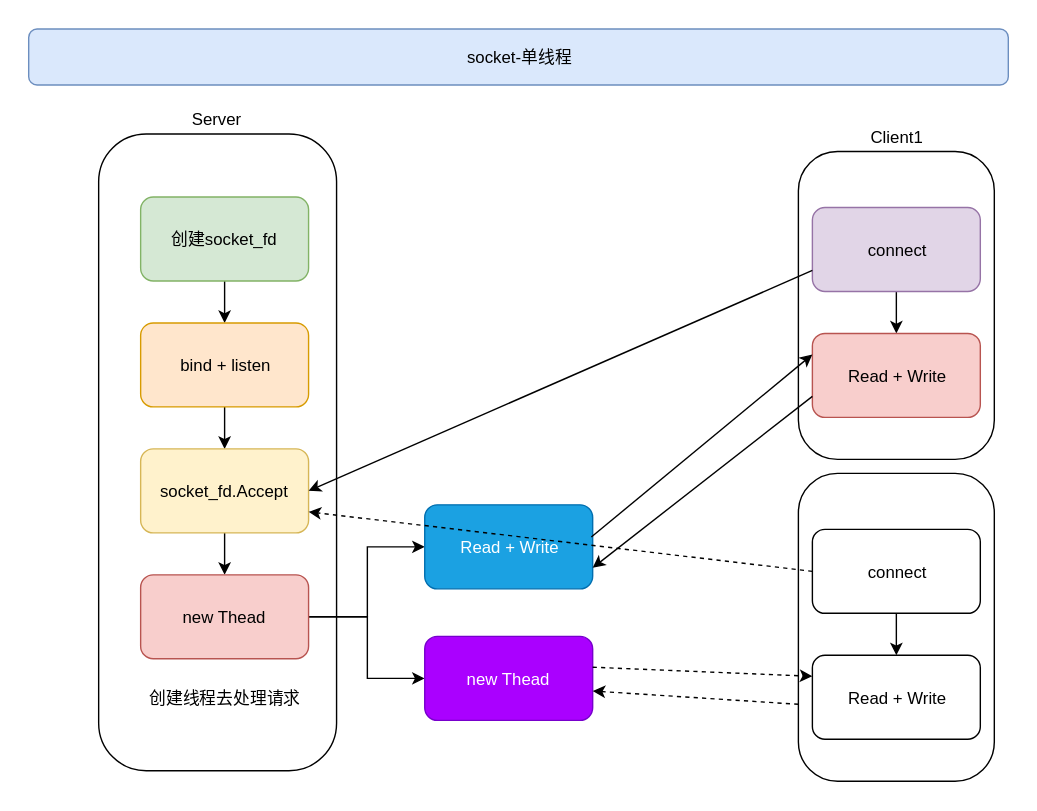
This is 12-面试/12-通用理论/images/socket-多线程.svg from cd-home/Root, a draw.io export, as it was before one commit. Source tidied: cells renumbered, new cells last; positions are measured from the earlier drawing's top-left corner, leaving out a move shared by most shapes. Its diagram source:
```xml
<mxGraphModel>
  <root>
    <mxCell id="0" />
    <mxCell id="1" parent="0" />
    <mxCell id="2" value="socket-单线程" style="rounded=1;whiteSpace=wrap;html=1;fillColor=#dae8fc;strokeColor=#6c8ebf;" parent="1" vertex="1">
      <mxGeometry width="700" height="40" as="geometry" />
    </mxCell>
    <mxCell id="3" style="rounded=1;whiteSpace=wrap;html=1;arcSize=20;" parent="1" vertex="1">
      <mxGeometry x="50" y="75" width="170" height="455" as="geometry" />
    </mxCell>
    <mxCell id="4" style="edgeStyle=orthogonalEdgeStyle;rounded=0;jettySize=auto;html=1;" parent="1" edge="1" source="5" target="7">
      <mxGeometry relative="1" as="geometry" />
    </mxCell>
    <mxCell id="5" value="创建socket_fd" style="rounded=1;whiteSpace=wrap;html=1;fillColor=#d5e8d4;strokeColor=#82b366;" parent="1" vertex="1">
      <mxGeometry x="80" y="120" width="120" height="60" as="geometry" />
    </mxCell>
    <mxCell id="6" style="edgeStyle=orthogonalEdgeStyle;rounded=0;jettySize=auto;html=1;" parent="1" edge="1" source="7" target="9">
      <mxGeometry relative="1" as="geometry" />
    </mxCell>
    <mxCell id="7" value="bind + listen" style="rounded=1;whiteSpace=wrap;html=1;fillColor=#ffe6cc;strokeColor=#d79b00;" parent="1" vertex="1">
      <mxGeometry x="80" y="210" width="120" height="60" as="geometry" />
    </mxCell>
    <mxCell id="8" style="edgeStyle=orthogonalEdgeStyle;rounded=0;jettySize=auto;html=1;" parent="1" edge="1" source="9" target="12">
      <mxGeometry relative="1" as="geometry" />
    </mxCell>
    <mxCell id="9" value="socket_fd.Accept" style="rounded=1;whiteSpace=wrap;html=1;fillColor=#fff2cc;strokeColor=#d6b656;" parent="1" vertex="1">
      <mxGeometry x="80" y="300" width="120" height="60" as="geometry" />
    </mxCell>
    <mxCell id="10" style="edgeStyle=orthogonalEdgeStyle;rounded=0;jettySize=auto;html=1;" parent="1" edge="1" source="12" target="14">
      <mxGeometry relative="1" as="geometry" />
    </mxCell>
    <mxCell id="11" style="edgeStyle=orthogonalEdgeStyle;rounded=0;jettySize=auto;html=1;" parent="1" edge="1" source="12" target="13">
      <mxGeometry relative="1" as="geometry" />
    </mxCell>
    <mxCell id="12" value="new Thead" style="rounded=1;whiteSpace=wrap;html=1;fillColor=#f8cecc;strokeColor=#b85450;" parent="1" vertex="1">
      <mxGeometry x="80" y="390" width="120" height="60" as="geometry" />
    </mxCell>
    <mxCell id="13" value="new Thead" style="rounded=1;whiteSpace=wrap;html=1;fillColor=#aa00ff;strokeColor=#7700CC;fontColor=#ffffff;" parent="1" vertex="1">
      <mxGeometry x="283" y="434" width="120" height="60" as="geometry" />
    </mxCell>
    <mxCell id="14" value="Read + Write" style="rounded=1;whiteSpace=wrap;html=1;fillColor=#1ba1e2;strokeColor=#006EAF;fontColor=#ffffff;" parent="1" vertex="1">
      <mxGeometry x="283" y="340" width="120" height="60" as="geometry" />
    </mxCell>
    <mxCell id="15" style="rounded=1;whiteSpace=wrap;html=1;arcSize=20;" parent="1" vertex="1">
      <mxGeometry x="550" y="87.5" width="140" height="220" as="geometry" />
    </mxCell>
    <mxCell id="16" style="edgeStyle=orthogonalEdgeStyle;rounded=0;jettySize=auto;html=1;" parent="1" edge="1" source="17" target="18">
      <mxGeometry relative="1" as="geometry" />
    </mxCell>
    <mxCell id="17" value="connect" style="rounded=1;whiteSpace=wrap;html=1;fillColor=#e1d5e7;strokeColor=#9673a6;" parent="1" vertex="1">
      <mxGeometry x="560" y="127.5" width="120" height="60" as="geometry" />
    </mxCell>
    <mxCell id="18" value="Read + Write" style="rounded=1;whiteSpace=wrap;html=1;fillColor=#f8cecc;strokeColor=#b85450;" parent="1" vertex="1">
      <mxGeometry x="560" y="217.5" width="120" height="60" as="geometry" />
    </mxCell>
    <mxCell id="19" style="rounded=1;whiteSpace=wrap;html=1;arcSize=20;" parent="1" vertex="1">
      <mxGeometry x="550" y="317.5" width="140" height="220" as="geometry" />
    </mxCell>
    <mxCell id="20" style="edgeStyle=orthogonalEdgeStyle;rounded=0;jettySize=auto;html=1;" parent="1" edge="1" source="21" target="22">
      <mxGeometry relative="1" as="geometry" />
    </mxCell>
    <mxCell id="21" value="connect" style="rounded=1;whiteSpace=wrap;html=1;" parent="1" vertex="1">
      <mxGeometry x="560" y="357.5" width="120" height="60" as="geometry" />
    </mxCell>
    <mxCell id="22" value="Read + Write" style="rounded=1;whiteSpace=wrap;html=1;" parent="1" vertex="1">
      <mxGeometry x="560" y="447.5" width="120" height="60" as="geometry" />
    </mxCell>
    <mxCell id="23" value="Server" style="text;html=1;align=left;verticalAlign=top;spacingTop=-4;" parent="1" vertex="1">
      <mxGeometry x="115" y="55" width="50" height="20" as="geometry" />
    </mxCell>
    <mxCell id="24" value="Client1" style="text;html=1;align=left;verticalAlign=top;spacingTop=-4;" parent="1" vertex="1">
      <mxGeometry x="600" y="67.5" width="50" height="20" as="geometry" />
    </mxCell>
    <mxCell id="25" style="endArrow=classic;html=1;exitX=0;exitY=0.75;exitDx=0;exitDy=0;entryX=1;entryY=0.5;entryDx=0;entryDy=0;" parent="1" edge="1" source="17" target="9">
      <mxGeometry relative="1" as="geometry" />
    </mxCell>
    <mxCell id="26" style="endArrow=classic;html=1;exitX=0.992;exitY=0.383;exitDx=0;exitDy=0;exitPerimeter=0;entryX=0;entryY=0.25;entryDx=0;entryDy=0;" parent="1" edge="1" source="14" target="18">
      <mxGeometry relative="1" as="geometry" />
    </mxCell>
    <mxCell id="27" style="endArrow=classic;html=1;exitX=0;exitY=0.75;exitDx=0;exitDy=0;entryX=1;entryY=0.75;entryDx=0;entryDy=0;" parent="1" edge="1" source="18" target="14">
      <mxGeometry relative="1" as="geometry" />
    </mxCell>
    <mxCell id="28" style="endArrow=classic;html=1;exitX=0;exitY=0.5;exitDx=0;exitDy=0;entryX=1;entryY=0.75;entryDx=0;entryDy=0;dashed=1;" parent="1" edge="1" source="21" target="9">
      <mxGeometry relative="1" as="geometry" />
    </mxCell>
    <mxCell id="29" style="endArrow=classic;html=1;dashed=1;exitX=1;exitY=0.367;exitDx=0;exitDy=0;exitPerimeter=0;entryX=0;entryY=0.25;entryDx=0;entryDy=0;" parent="1" edge="1" source="13" target="22">
      <mxGeometry relative="1" as="geometry" />
    </mxCell>
    <mxCell id="30" style="endArrow=classic;html=1;dashed=1;exitX=0;exitY=0.75;exitDx=0;exitDy=0;entryX=1;entryY=0.65;entryDx=0;entryDy=0;entryPerimeter=0;" parent="1" edge="1" source="19" target="13">
      <mxGeometry relative="1" as="geometry" />
    </mxCell>
    <mxCell id="31" value="创建线程去处理请求" style="text;html=1;strokeColor=none;fillColor=none;align=center;verticalAlign=middle;whiteSpace=wrap;rounded=0;" parent="1" vertex="1">
      <mxGeometry x="80" y="468" width="120" height="20" as="geometry" />
    </mxCell>
  </root>
</mxGraphModel>
```
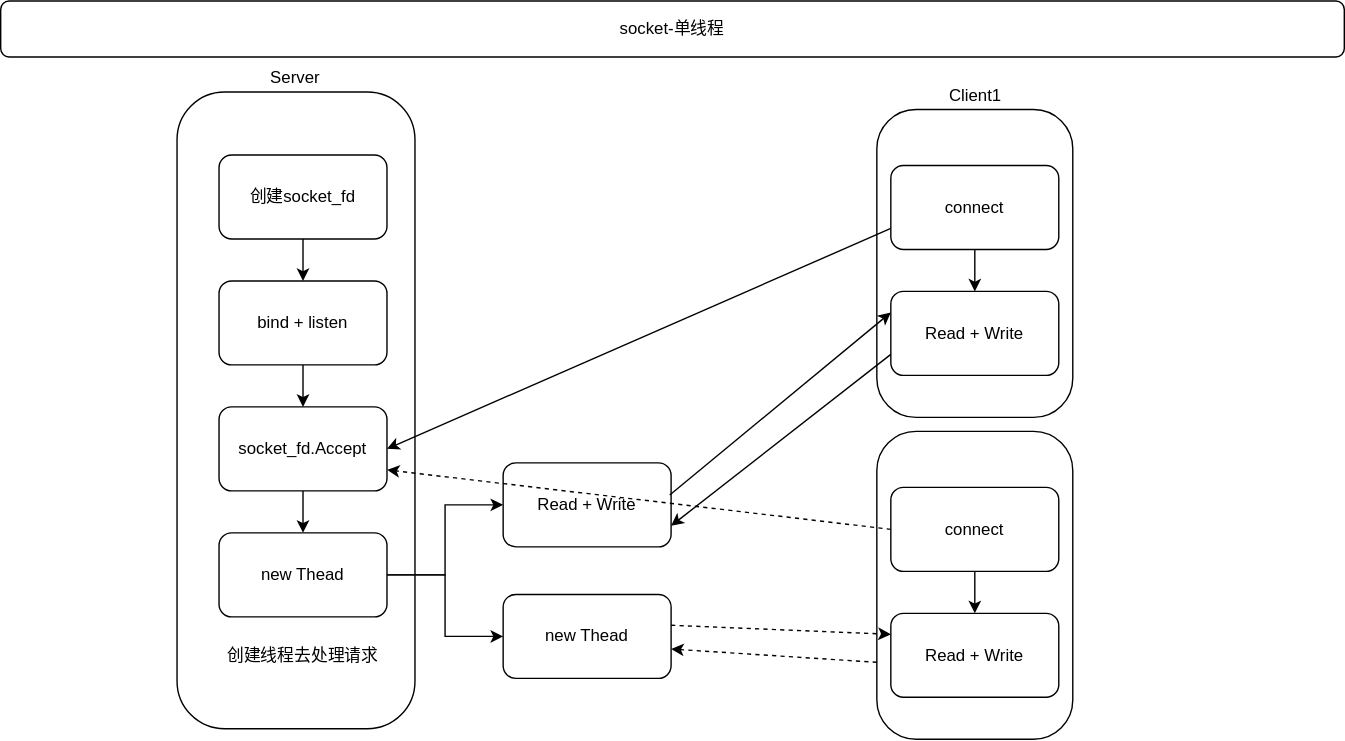
The same diagram one commit later.

Commit message:
😀🌴⭐🌎☀️🌈🌽: Socket Program

Diff of the diagram source:
```diff
@@ -2,8 +2,8 @@
   <root>
     <mxCell id="0" />
     <mxCell id="1" parent="0" />
-    <mxCell id="2" value="socket-单线程" style="rounded=1;whiteSpace=wrap;html=1;fillColor=#dae8fc;strokeColor=#6c8ebf;" parent="1" vertex="1">
-      <mxGeometry width="700" height="40" as="geometry" />
+    <mxCell id="2" value="socket-单线程" style="rounded=1;whiteSpace=wrap;html=1;" parent="1" vertex="1">
+      <mxGeometry x="-76" y="10" width="960" height="40" as="geometry" />
     </mxCell>
     <mxCell id="3" style="rounded=1;whiteSpace=wrap;html=1;arcSize=20;" parent="1" vertex="1">
       <mxGeometry x="50" y="75" width="170" height="455" as="geometry" />
@@ -11,19 +11,19 @@
     <mxCell id="4" style="edgeStyle=orthogonalEdgeStyle;rounded=0;jettySize=auto;html=1;" parent="1" edge="1" source="5" target="7">
       <mxGeometry relative="1" as="geometry" />
     </mxCell>
-    <mxCell id="5" value="创建socket_fd" style="rounded=1;whiteSpace=wrap;html=1;fillColor=#d5e8d4;strokeColor=#82b366;" parent="1" vertex="1">
+    <mxCell id="5" value="创建socket_fd" style="rounded=1;whiteSpace=wrap;html=1;" parent="1" vertex="1">
       <mxGeometry x="80" y="120" width="120" height="60" as="geometry" />
     </mxCell>
     <mxCell id="6" style="edgeStyle=orthogonalEdgeStyle;rounded=0;jettySize=auto;html=1;" parent="1" edge="1" source="7" target="9">
       <mxGeometry relative="1" as="geometry" />
     </mxCell>
-    <mxCell id="7" value="bind + listen" style="rounded=1;whiteSpace=wrap;html=1;fillColor=#ffe6cc;strokeColor=#d79b00;" parent="1" vertex="1">
+    <mxCell id="7" value="bind + listen" style="rounded=1;whiteSpace=wrap;html=1;" parent="1" vertex="1">
       <mxGeometry x="80" y="210" width="120" height="60" as="geometry" />
     </mxCell>
     <mxCell id="8" style="edgeStyle=orthogonalEdgeStyle;rounded=0;jettySize=auto;html=1;" parent="1" edge="1" source="9" target="12">
       <mxGeometry relative="1" as="geometry" />
     </mxCell>
-    <mxCell id="9" value="socket_fd.Accept" style="rounded=1;whiteSpace=wrap;html=1;fillColor=#fff2cc;strokeColor=#d6b656;" parent="1" vertex="1">
+    <mxCell id="9" value="socket_fd.Accept" style="rounded=1;whiteSpace=wrap;html=1;" parent="1" vertex="1">
       <mxGeometry x="80" y="300" width="120" height="60" as="geometry" />
     </mxCell>
     <mxCell id="10" style="edgeStyle=orthogonalEdgeStyle;rounded=0;jettySize=auto;html=1;" parent="1" edge="1" source="12" target="14">
@@ -32,13 +32,13 @@
     <mxCell id="11" style="edgeStyle=orthogonalEdgeStyle;rounded=0;jettySize=auto;html=1;" parent="1" edge="1" source="12" target="13">
       <mxGeometry relative="1" as="geometry" />
     </mxCell>
-    <mxCell id="12" value="new Thead" style="rounded=1;whiteSpace=wrap;html=1;fillColor=#f8cecc;strokeColor=#b85450;" parent="1" vertex="1">
+    <mxCell id="12" value="new Thead" style="rounded=1;whiteSpace=wrap;html=1;" parent="1" vertex="1">
       <mxGeometry x="80" y="390" width="120" height="60" as="geometry" />
     </mxCell>
-    <mxCell id="13" value="new Thead" style="rounded=1;whiteSpace=wrap;html=1;fillColor=#aa00ff;strokeColor=#7700CC;fontColor=#ffffff;" parent="1" vertex="1">
+    <mxCell id="13" value="new Thead" style="rounded=1;whiteSpace=wrap;html=1;" parent="1" vertex="1">
       <mxGeometry x="283" y="434" width="120" height="60" as="geometry" />
     </mxCell>
-    <mxCell id="14" value="Read + Write" style="rounded=1;whiteSpace=wrap;html=1;fillColor=#1ba1e2;strokeColor=#006EAF;fontColor=#ffffff;" parent="1" vertex="1">
+    <mxCell id="14" value="Read + Write" style="rounded=1;whiteSpace=wrap;html=1;" parent="1" vertex="1">
       <mxGeometry x="283" y="340" width="120" height="60" as="geometry" />
     </mxCell>
     <mxCell id="15" style="rounded=1;whiteSpace=wrap;html=1;arcSize=20;" parent="1" vertex="1">
@@ -47,10 +47,10 @@
     <mxCell id="16" style="edgeStyle=orthogonalEdgeStyle;rounded=0;jettySize=auto;html=1;" parent="1" edge="1" source="17" target="18">
       <mxGeometry relative="1" as="geometry" />
     </mxCell>
-    <mxCell id="17" value="connect" style="rounded=1;whiteSpace=wrap;html=1;fillColor=#e1d5e7;strokeColor=#9673a6;" parent="1" vertex="1">
+    <mxCell id="17" value="connect" style="rounded=1;whiteSpace=wrap;html=1;" parent="1" vertex="1">
       <mxGeometry x="560" y="127.5" width="120" height="60" as="geometry" />
     </mxCell>
-    <mxCell id="18" value="Read + Write" style="rounded=1;whiteSpace=wrap;html=1;fillColor=#f8cecc;strokeColor=#b85450;" parent="1" vertex="1">
+    <mxCell id="18" value="Read + Write" style="rounded=1;whiteSpace=wrap;html=1;" parent="1" vertex="1">
       <mxGeometry x="560" y="217.5" width="120" height="60" as="geometry" />
     </mxCell>
     <mxCell id="19" style="rounded=1;whiteSpace=wrap;html=1;arcSize=20;" parent="1" vertex="1">
@@ -89,7 +89,7 @@
     <mxCell id="30" style="endArrow=classic;html=1;dashed=1;exitX=0;exitY=0.75;exitDx=0;exitDy=0;entryX=1;entryY=0.65;entryDx=0;entryDy=0;entryPerimeter=0;" parent="1" edge="1" source="19" target="13">
       <mxGeometry relative="1" as="geometry" />
     </mxCell>
-    <mxCell id="31" value="创建线程去处理请求" style="text;html=1;strokeColor=none;fillColor=none;align=center;verticalAlign=middle;whiteSpace=wrap;rounded=0;" parent="1" vertex="1">
+    <mxCell id="31" value="创建线程去处理请求" style="text;html=1;align=center;verticalAlign=middle;whiteSpace=wrap;rounded=0;" parent="1" vertex="1">
       <mxGeometry x="80" y="468" width="120" height="20" as="geometry" />
     </mxCell>
   </root>
```
